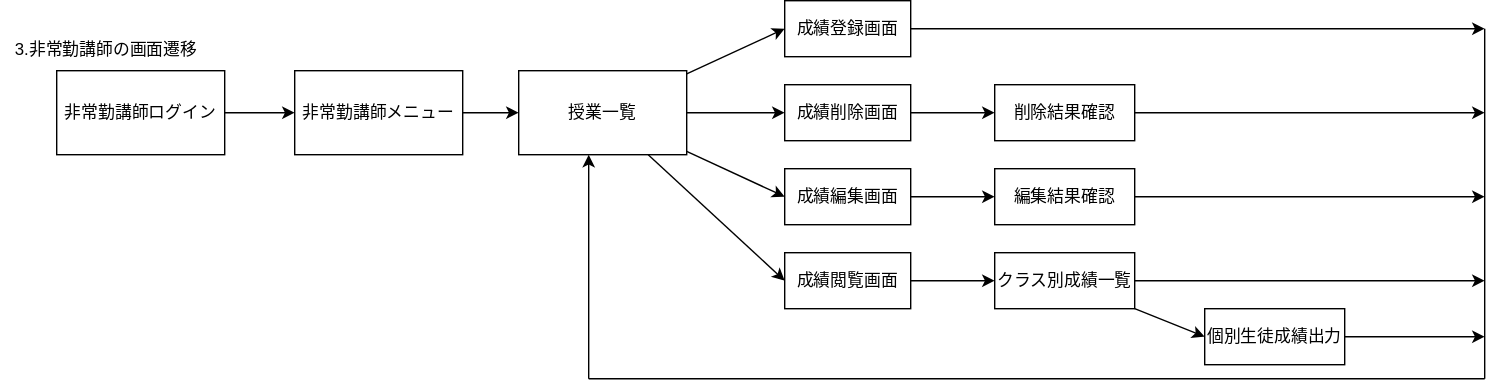
Earlier version of the draw.io export teamG5.drawio.svg (Skypeace8585/uml-introduction). Source tidied: cells renumbered, new cells last; positions are measured from the earlier drawing's top-left corner, leaving out a move shared by most shapes.
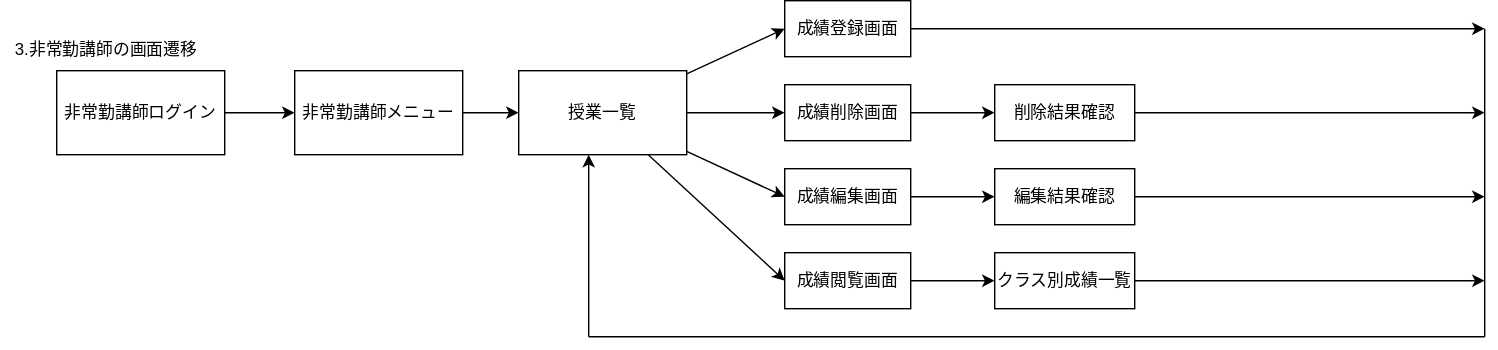
After the change.

The edit, as a diff of the source:
```diff
@@ -79,37 +79,29 @@
         <mxPoint x="1060" y="200" as="targetPoint" />
       </mxGeometry>
     </mxCell>
-    <mxCell id="25" style="edgeStyle=none;html=1;entryX=0;entryY=0.5;entryDx=0;entryDy=0;" parent="1" edge="1" source="26" target="31">
-      <mxGeometry relative="1" as="geometry" />
-    </mxCell>
     <mxCell id="26" value="クラス別成績一覧" style="rounded=0;whiteSpace=wrap;html=1;" parent="1" vertex="1">
       <mxGeometry x="710" y="180" width="100" height="40" as="geometry" />
     </mxCell>
     <mxCell id="27" style="endArrow=none;html=1;" parent="1" edge="1">
       <mxGeometry relative="1" as="geometry">
-        <mxPoint x="1060" y="270" as="sourcePoint" />
+        <mxPoint x="1060" y="240" as="sourcePoint" />
         <mxPoint x="1060" y="20" as="targetPoint" />
       </mxGeometry>
     </mxCell>
     <mxCell id="28" style="endArrow=none;html=1;" parent="1" edge="1">
       <mxGeometry relative="1" as="geometry">
-        <mxPoint x="420" y="270" as="sourcePoint" />
-        <mxPoint x="1060" y="270" as="targetPoint" />
+        <mxPoint x="420" y="240" as="sourcePoint" />
+        <mxPoint x="1060" y="240" as="targetPoint" />
+        <Array as="points">
+          <mxPoint x="740" y="240" />
+        </Array>
       </mxGeometry>
     </mxCell>
     <mxCell id="29" style="endArrow=classic;html=1;entryX=0.408;entryY=1.001;entryDx=0;entryDy=0;entryPerimeter=0;" parent="1" edge="1">
       <mxGeometry relative="1" as="geometry">
-        <mxPoint x="420" y="270" as="sourcePoint" />
+        <mxPoint x="420" y="240" as="sourcePoint" />
         <mxPoint x="420" y="110" as="targetPoint" />
       </mxGeometry>
     </mxCell>
-    <mxCell id="30" style="edgeStyle=none;html=1;" parent="1" edge="1" source="31">
-      <mxGeometry relative="1" as="geometry">
-        <mxPoint x="1060" y="240" as="targetPoint" />
-      </mxGeometry>
-    </mxCell>
-    <mxCell id="31" value="個別生徒成績出力" style="rounded=0;whiteSpace=wrap;html=1;" parent="1" vertex="1">
-      <mxGeometry x="860" y="220" width="100" height="40" as="geometry" />
-    </mxCell>
   </root>
 </mxGraphModel>
```
